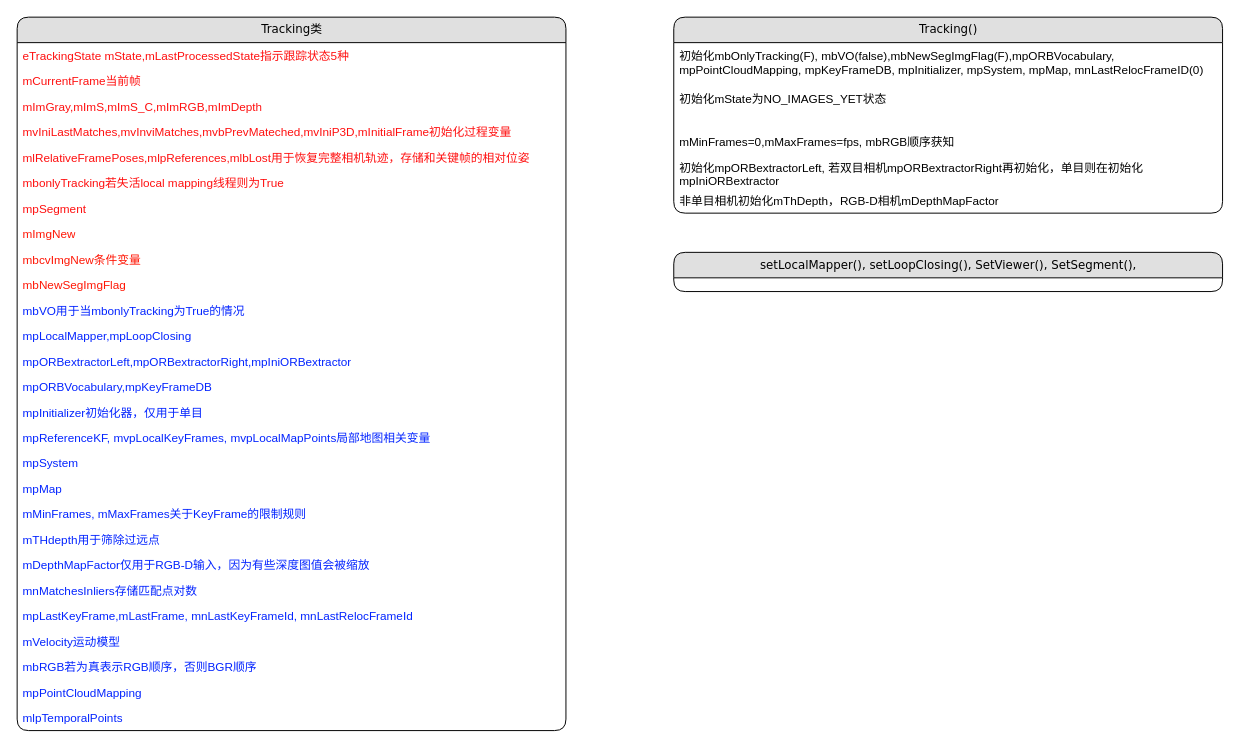
Before: page "Tracking" (7 of 13) of Untitled Diagram.drawio in gtx818/visual-SLAM, a draw.io diagram. Source tidied: cells renumbered, new cells numbered last; positions are measured from the earlier drawing's top-left corner, leaving out a move shared by most shapes. Both pictures are drawn from the tidied source at 98%, with x=0, y=0 at pixel (17, 17).
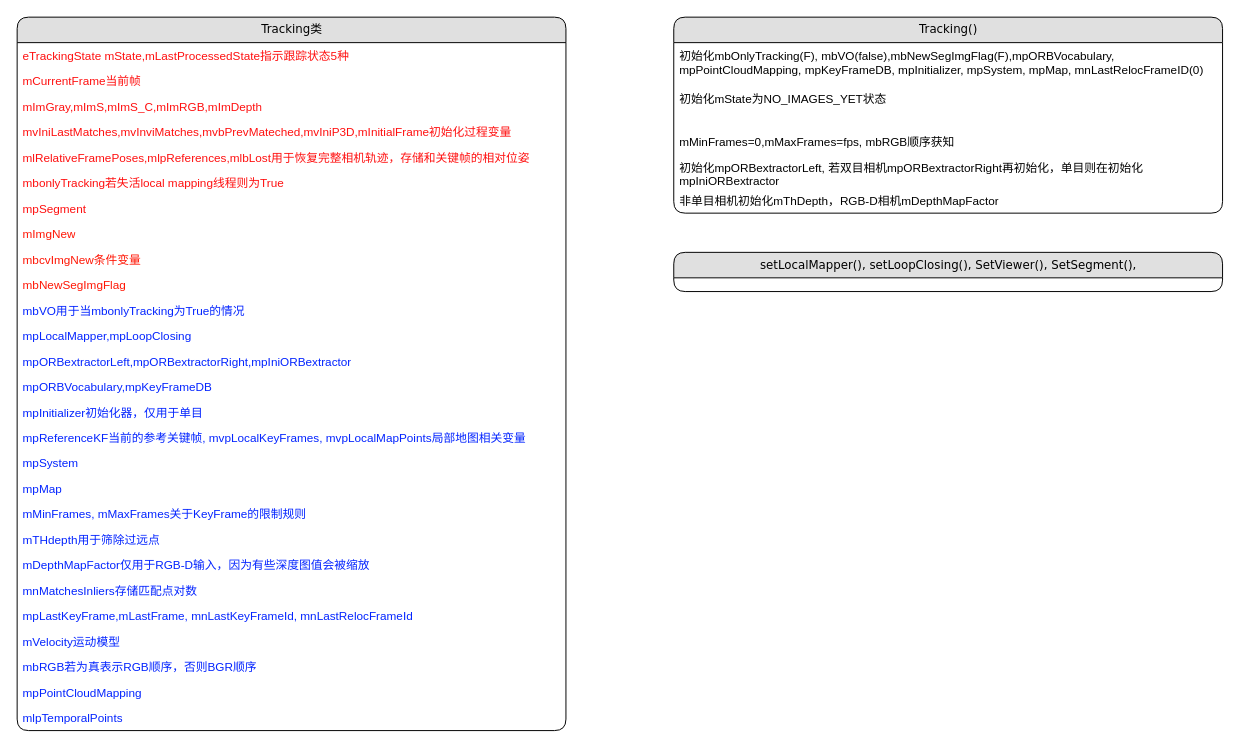
After the change.

Unchanged cells that the change refers to:
```xml
<mxCell id="2" value="Tracking类" style="swimlane;html=1;fontStyle=0;horizontal=1;startSize=26;fillColor=#e0e0e0;swimlaneFillColor=#ffffff;align=center;rounded=1;shadow=0;comic=0;labelBackgroundColor=none;strokeWidth=1;fontFamily=Verdana;fontSize=12;" parent="1" vertex="1">
  <mxGeometry width="560" height="728" as="geometry" />
</mxCell>
```

What changed in the source:
```diff
@@
-    <mxCell id="18" value="&lt;font&gt;mpReferenceKF, mvpLocalKeyFrames, mvpLocalMapPoints局部地图相关变量&lt;/font&gt;" style="text;html=1;strokeColor=none;fillColor=none;spacingLeft=4;spacingRight=4;whiteSpace=wrap;overflow=hidden;fontColor=#0324FF;" parent="2" vertex="1">
+    <mxCell id="18" value="&lt;font&gt;mpReferenceKF当前的参考关键帧, mvpLocalKeyFrames, mvpLocalMapPoints局部地图相关变量&lt;/font&gt;" style="text;html=1;strokeColor=none;fillColor=none;spacingLeft=4;spacingRight=4;whiteSpace=wrap;overflow=hidden;fontColor=#0324FF;" parent="2" vertex="1">
       <mxGeometry y="416" width="560" height="26" as="geometry" />
     </mxCell>
```
